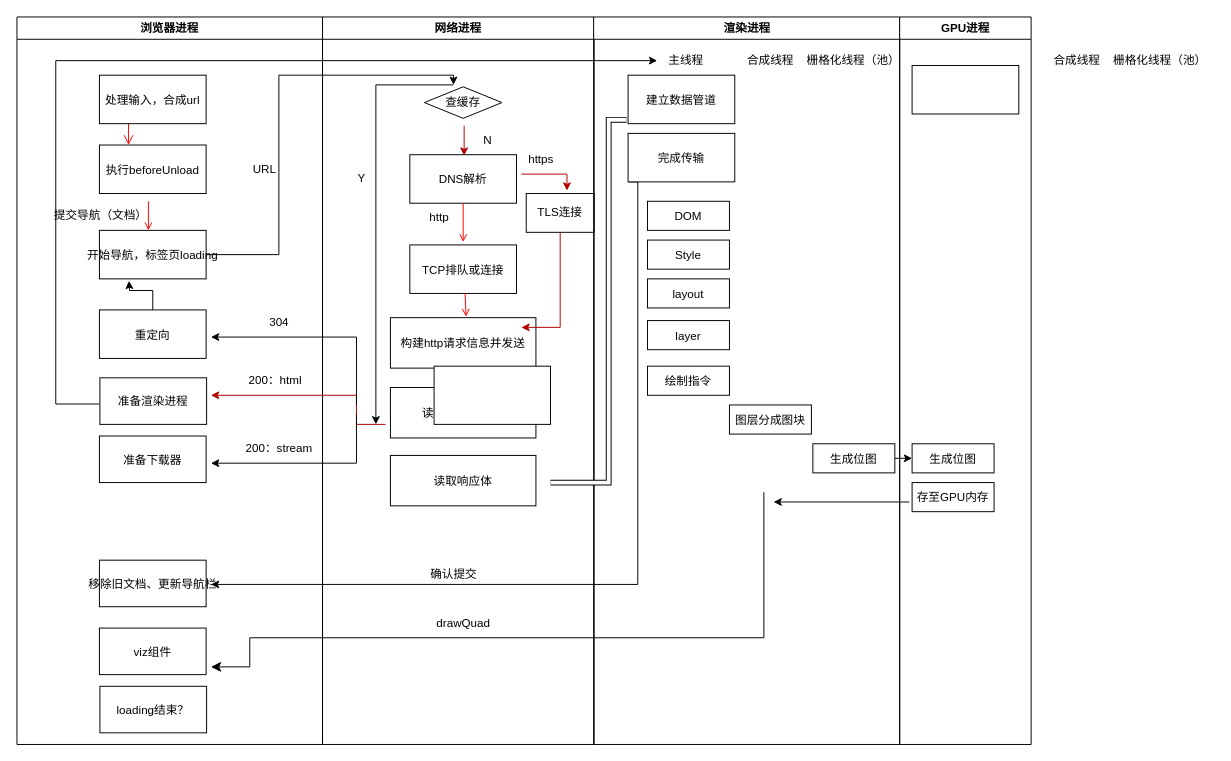
shashawang/cnode-practice keeps this draw.io diagram as 未命名绘图.drawio. Above is the earlier version. Source tidied: cells renumbered, new cells numbered last; positions are measured from the earlier drawing's top-left corner, leaving out a move shared by most shapes. Both pictures are drawn from the tidied source at 97%, with x=0, y=0 at pixel (16, 16).
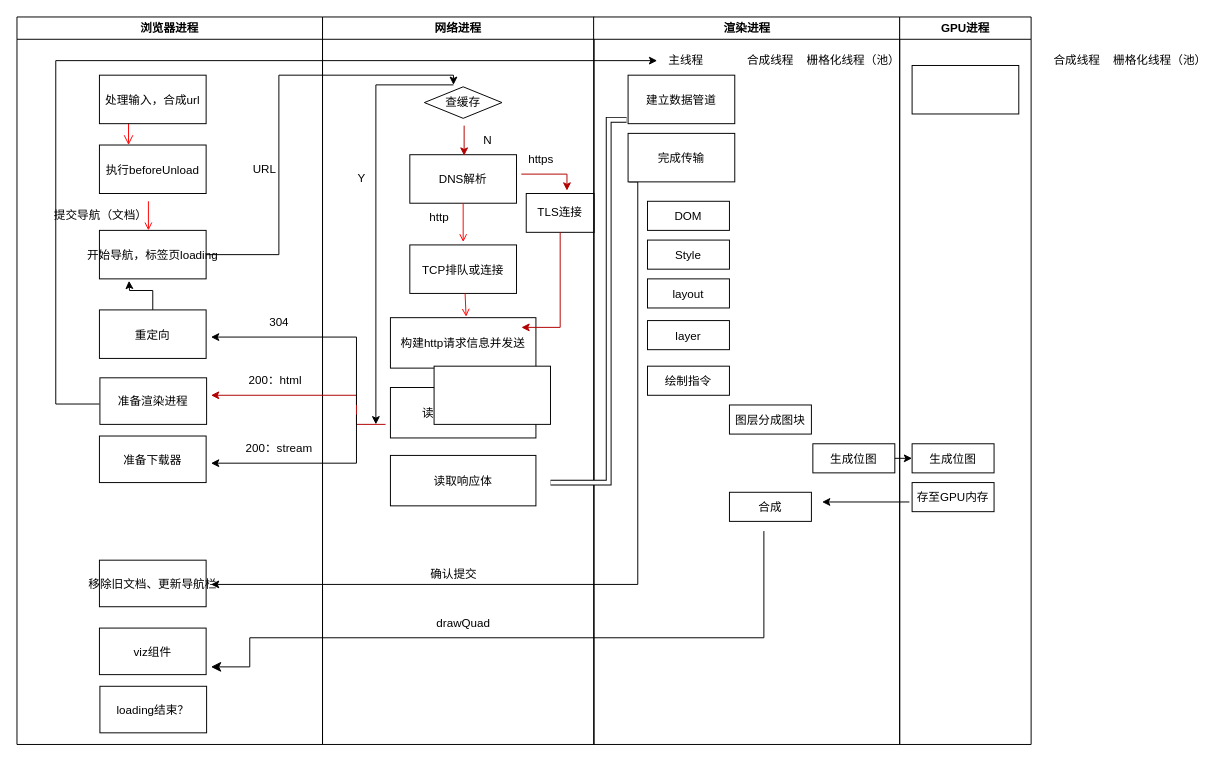
The same page after the edit.

Commit message:
导航渲染流程.drawio

Unchanged cells that the change refers to:
```xml
<mxCell id="39" value="渲染进程" style="swimlane;whiteSpace=wrap;" parent="1" vertex="1">
  <mxGeometry x="594.5" width="315.5" height="750" as="geometry" />
</mxCell>
```

Change to the diagram source:
```diff
@@
+    <mxCell id="70" value="合成" parent="39" vertex="1">
+      <mxGeometry x="140" y="490" width="84.5" height="30" as="geometry" />
+    </mxCell>
@@
     <mxCell id="68" style="edgeStyle=segmentEdgeStyle;endArrow=classic;html=1;curved=0;rounded=0;endSize=8;startSize=8;" parent="1" edge="1">
       <mxGeometry relative="1" as="geometry">
-        <mxPoint x="770" y="490" as="sourcePoint" />
+        <mxPoint x="770" y="530" as="sourcePoint" />
         <mxPoint x="200" y="670" as="targetPoint" />
         <Array as="points">
           <mxPoint x="770" y="640" />
           <mxPoint x="240" y="640" />
           <mxPoint x="240" y="670" />
         </Array>
       </mxGeometry>
     </mxCell>
     <mxCell id="69" style="endArrow=classic;html=1;rounded=0;" parent="1" edge="1">
       <mxGeometry relative="1" as="geometry">
         <mxPoint x="920" y="500" as="sourcePoint" />
-        <mxPoint x="780" y="500" as="targetPoint" />
+        <mxPoint x="830" y="500" as="targetPoint" />
       </mxGeometry>
     </mxCell>
```
